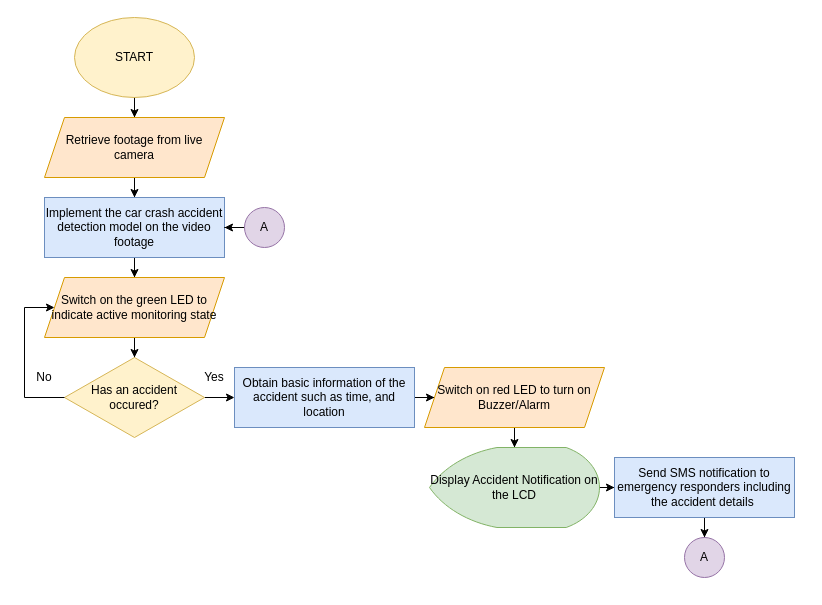
Earlier version of the draw.io diagram DrawIO/System_Flowchart-Updated.drawio (karenescabarte/file). Source tidied: cells renumbered, new cells numbered last; positions are measured from the earlier drawing's top-left corner, leaving out a move shared by most shapes. Both pictures are drawn from the tidied source at 100%, with x=0, y=0 at pixel (24, 17).
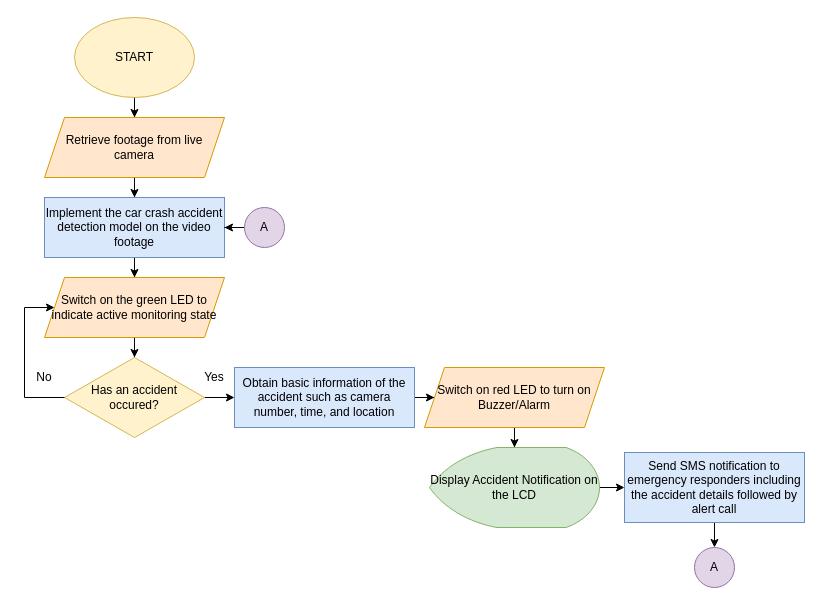
The same page after the edit.

Change to the diagram source:
```diff
@@
-    <mxCell id="13" value="Obtain basic information of the accident such as time, and location" style="whiteSpace=wrap;html=1;fillColor=#dae8fc;strokeColor=#6c8ebf;" parent="1" vertex="1">
+    <mxCell id="13" value="Obtain basic information of the accident such as camera number, time, and location" style="whiteSpace=wrap;html=1;fillColor=#dae8fc;strokeColor=#6c8ebf;" parent="1" vertex="1">
       <mxGeometry x="210" y="350" width="180" height="60" as="geometry" />
     </mxCell>
@@
-    <mxCell id="19" value="Send SMS notification to emergency responders including the accident details&amp;nbsp;" style="whiteSpace=wrap;html=1;strokeWidth=1;fillColor=#dae8fc;strokeColor=#6c8ebf;" parent="1" vertex="1">
-      <mxGeometry x="590" y="440" width="180" height="60" as="geometry" />
+    <mxCell id="19" value="Send SMS notification to emergency responders including the accident details followed by alert call" style="whiteSpace=wrap;html=1;strokeWidth=1;fillColor=#dae8fc;strokeColor=#6c8ebf;" parent="1" vertex="1">
+      <mxGeometry x="600" y="435" width="180" height="70" as="geometry" />
     </mxCell>
     <mxCell id="20" value="A" style="ellipse;whiteSpace=wrap;html=1;strokeWidth=1;fillColor=#e1d5e7;strokeColor=#9673a6;" parent="1" vertex="1">
-      <mxGeometry x="660" y="520" width="40" height="40" as="geometry" />
+      <mxGeometry x="670" y="530" width="40" height="40" as="geometry" />
     </mxCell>
```
